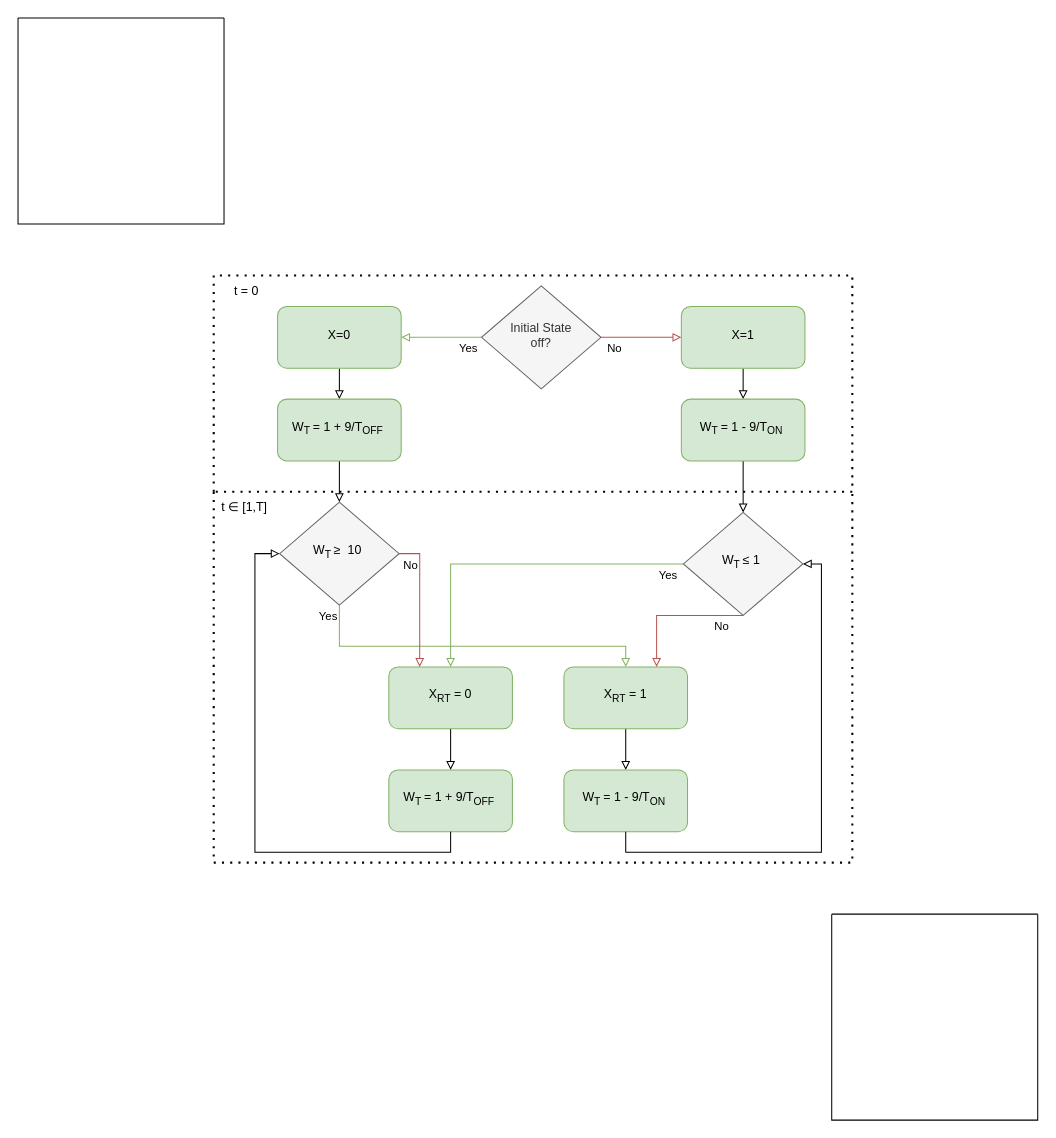
luistmartins/thesis_ik keeps this draw.io diagram as T_ON_T_OFF.drawio. Above is the earlier version. Source tidied: cells renumbered, new cells numbered last; positions are measured from the earlier drawing's top-left corner, leaving out a move shared by most shapes. Both pictures are drawn from the tidied source at 103%, with x=0, y=0 at pixel (18, 18).
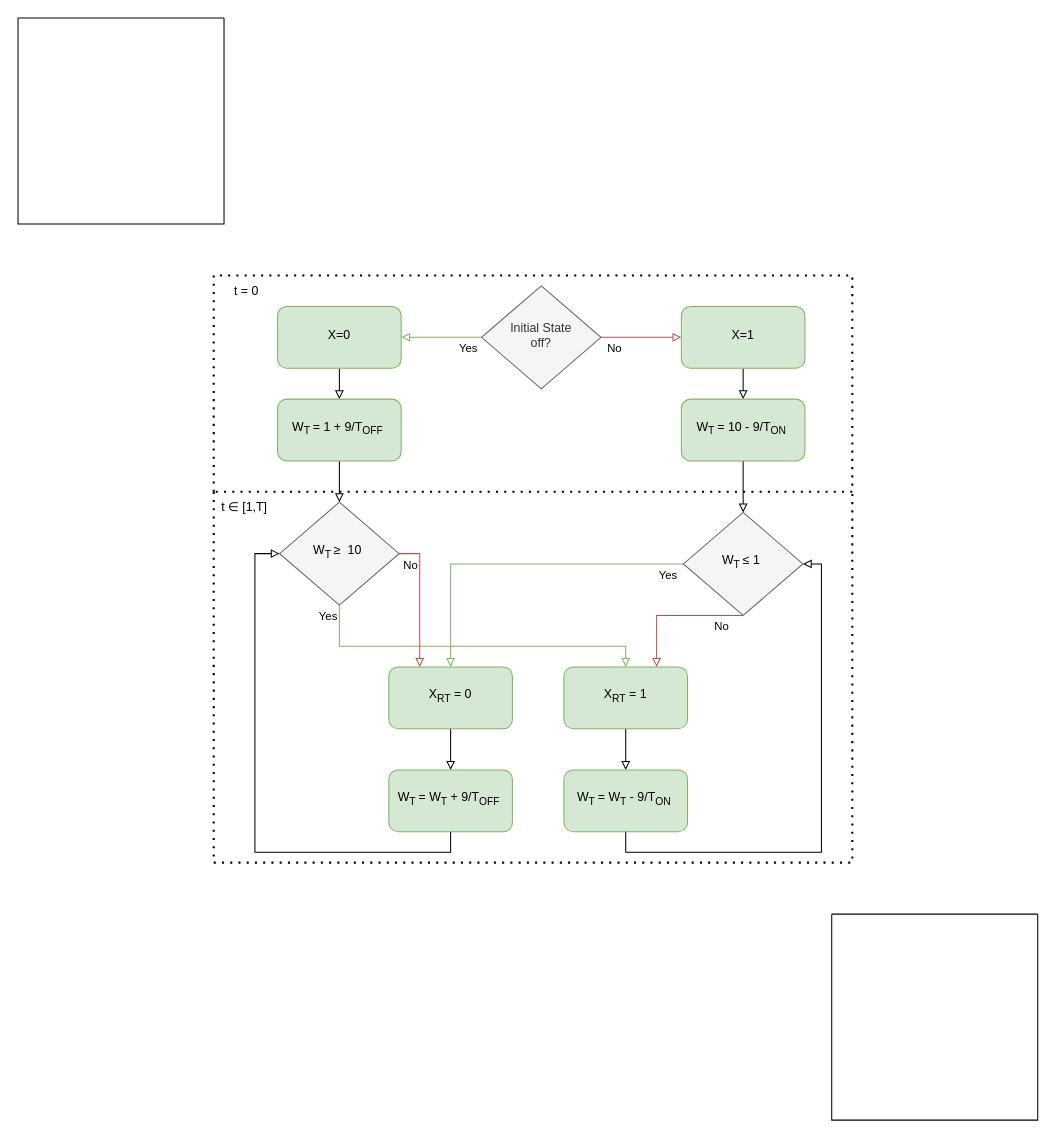
The same page after the edit.

The edit, as a diff of the source:
```diff
@@
-    <mxCell id="16" value="&lt;span style=&quot;forced-color-adjust: none; color: light-dark(rgb(0, 0, 0), rgb(255, 255, 255)); font-family: Helvetica; font-size: 12px; font-style: normal; font-variant-ligatures: normal; font-variant-caps: normal; font-weight: 400; letter-spacing: normal; orphans: 2; text-indent: 0px; text-transform: none; widows: 2; word-spacing: 0px; -webkit-text-stroke-width: 0px; white-space: normal; background-color: transparent; text-decoration-thickness: initial; text-decoration-style: initial; text-decoration-color: initial; text-align: left;&quot;&gt;W&lt;/span&gt;&lt;span style=&quot;forced-color-adjust: none; color: light-dark(rgb(0, 0, 0), rgb(255, 255, 255)); font-family: Helvetica; font-size: 12px; font-style: normal; font-variant-ligatures: normal; font-variant-caps: normal; font-weight: 400; letter-spacing: normal; orphans: 2; text-indent: 0px; text-transform: none; widows: 2; word-spacing: 0px; -webkit-text-stroke-width: 0px; white-space: normal; background-color: transparent; text-decoration-thickness: initial; text-decoration-style: initial; text-decoration-color: initial; text-align: left;&quot;&gt;&lt;sub style=&quot;forced-color-adjust: none;&quot;&gt;T&lt;/sub&gt;&lt;span style=&quot;forced-color-adjust: none; font-size: 12px;&quot;&gt;&lt;sub style=&quot;forced-color-adjust: none;&quot;&gt;&amp;nbsp;&lt;/sub&gt;= 1 - 9/T&lt;sub style=&quot;forced-color-adjust: none;&quot;&gt;ON&lt;/sub&gt;&lt;/span&gt;&lt;/span&gt;&lt;sub style=&quot;forced-color-adjust: none; color: light-dark(rgb(0, 0, 0), rgb(255, 255, 255)); font-family: Helvetica; font-style: normal; font-variant-ligatures: normal; font-variant-caps: normal; font-weight: 400; letter-spacing: normal; orphans: 2; text-indent: 0px; text-transform: none; widows: 2; word-spacing: 0px; -webkit-text-stroke-width: 0px; white-space: normal; background-color: transparent; text-decoration-thickness: initial; text-decoration-style: initial; text-decoration-color: initial; text-align: left;&quot;&gt;&amp;nbsp;&lt;/sub&gt;" style="whiteSpace=wrap;html=1;fillColor=#d5e8d4;strokeColor=#82b366;rounded=1;shadow=0;strokeWidth=1;spacing=6;spacingTop=-4;" parent="1" vertex="1">
+    <mxCell id="16" value="&lt;span style=&quot;forced-color-adjust: none; color: light-dark(rgb(0, 0, 0), rgb(255, 255, 255)); font-family: Helvetica; font-size: 12px; font-style: normal; font-variant-ligatures: normal; font-variant-caps: normal; font-weight: 400; letter-spacing: normal; orphans: 2; text-indent: 0px; text-transform: none; widows: 2; word-spacing: 0px; -webkit-text-stroke-width: 0px; white-space: normal; background-color: transparent; text-decoration-thickness: initial; text-decoration-style: initial; text-decoration-color: initial; text-align: left;&quot;&gt;W&lt;/span&gt;&lt;span style=&quot;forced-color-adjust: none; color: light-dark(rgb(0, 0, 0), rgb(255, 255, 255)); font-family: Helvetica; font-size: 12px; font-style: normal; font-variant-ligatures: normal; font-variant-caps: normal; font-weight: 400; letter-spacing: normal; orphans: 2; text-indent: 0px; text-transform: none; widows: 2; word-spacing: 0px; -webkit-text-stroke-width: 0px; white-space: normal; background-color: transparent; text-decoration-thickness: initial; text-decoration-style: initial; text-decoration-color: initial; text-align: left;&quot;&gt;&lt;sub style=&quot;forced-color-adjust: none;&quot;&gt;T&lt;/sub&gt;&lt;span style=&quot;forced-color-adjust: none; font-size: 12px;&quot;&gt;&lt;sub style=&quot;forced-color-adjust: none;&quot;&gt;&amp;nbsp;&lt;/sub&gt;= 10 - 9/T&lt;sub style=&quot;forced-color-adjust: none;&quot;&gt;ON&lt;/sub&gt;&lt;/span&gt;&lt;/span&gt;&lt;sub style=&quot;forced-color-adjust: none; color: light-dark(rgb(0, 0, 0), rgb(255, 255, 255)); font-family: Helvetica; font-style: normal; font-variant-ligatures: normal; font-variant-caps: normal; font-weight: 400; letter-spacing: normal; orphans: 2; text-indent: 0px; text-transform: none; widows: 2; word-spacing: 0px; -webkit-text-stroke-width: 0px; white-space: normal; background-color: transparent; text-decoration-thickness: initial; text-decoration-style: initial; text-decoration-color: initial; text-align: left;&quot;&gt;&amp;nbsp;&lt;/sub&gt;" style="whiteSpace=wrap;html=1;fillColor=#d5e8d4;strokeColor=#82b366;rounded=1;shadow=0;strokeWidth=1;spacing=6;spacingTop=-4;" parent="1" vertex="1">
       <mxGeometry x="644" y="370" width="120" height="60" as="geometry" />
     </mxCell>
@@
-    <mxCell id="31" value="&lt;span style=&quot;forced-color-adjust: none; color: light-dark(rgb(0, 0, 0), rgb(255, 255, 255)); font-family: Helvetica; font-size: 12px; font-style: normal; font-variant-ligatures: normal; font-variant-caps: normal; font-weight: 400; letter-spacing: normal; orphans: 2; text-indent: 0px; text-transform: none; widows: 2; word-spacing: 0px; -webkit-text-stroke-width: 0px; white-space: normal; background-color: transparent; text-decoration-thickness: initial; text-decoration-style: initial; text-decoration-color: initial; text-align: left;&quot;&gt;W&lt;/span&gt;&lt;span style=&quot;forced-color-adjust: none; color: light-dark(rgb(0, 0, 0), rgb(255, 255, 255)); font-family: Helvetica; font-size: 12px; font-style: normal; font-variant-ligatures: normal; font-variant-caps: normal; font-weight: 400; letter-spacing: normal; orphans: 2; text-indent: 0px; text-transform: none; widows: 2; word-spacing: 0px; -webkit-text-stroke-width: 0px; white-space: normal; background-color: transparent; text-decoration-thickness: initial; text-decoration-style: initial; text-decoration-color: initial; text-align: left;&quot;&gt;&lt;sub style=&quot;forced-color-adjust: none;&quot;&gt;T&lt;/sub&gt;&lt;span style=&quot;forced-color-adjust: none; font-size: 12px;&quot;&gt;&lt;sub style=&quot;forced-color-adjust: none;&quot;&gt;&amp;nbsp;&lt;/sub&gt;= 1 - 9/T&lt;sub style=&quot;forced-color-adjust: none;&quot;&gt;ON&lt;/sub&gt;&lt;/span&gt;&lt;/span&gt;&lt;sub style=&quot;forced-color-adjust: none; color: light-dark(rgb(0, 0, 0), rgb(255, 255, 255)); font-family: Helvetica; font-style: normal; font-variant-ligatures: normal; font-variant-caps: normal; font-weight: 400; letter-spacing: normal; orphans: 2; text-indent: 0px; text-transform: none; widows: 2; word-spacing: 0px; -webkit-text-stroke-width: 0px; white-space: normal; background-color: transparent; text-decoration-thickness: initial; text-decoration-style: initial; text-decoration-color: initial; text-align: left;&quot;&gt;&amp;nbsp;&lt;/sub&gt;" style="whiteSpace=wrap;html=1;fillColor=#d5e8d4;strokeColor=#82b366;rounded=1;shadow=0;strokeWidth=1;spacing=6;spacingTop=-4;" parent="1" vertex="1">
+    <mxCell id="31" value="&lt;span style=&quot;forced-color-adjust: none; color: light-dark(rgb(0, 0, 0), rgb(255, 255, 255)); font-family: Helvetica; font-size: 12px; font-style: normal; font-variant-ligatures: normal; font-variant-caps: normal; font-weight: 400; letter-spacing: normal; orphans: 2; text-indent: 0px; text-transform: none; widows: 2; word-spacing: 0px; -webkit-text-stroke-width: 0px; white-space: normal; background-color: transparent; text-decoration-thickness: initial; text-decoration-style: initial; text-decoration-color: initial; text-align: left;&quot;&gt;W&lt;/span&gt;&lt;span style=&quot;forced-color-adjust: none; color: light-dark(rgb(0, 0, 0), rgb(255, 255, 255)); font-family: Helvetica; font-size: 12px; font-style: normal; font-variant-ligatures: normal; font-variant-caps: normal; font-weight: 400; letter-spacing: normal; orphans: 2; text-indent: 0px; text-transform: none; widows: 2; word-spacing: 0px; -webkit-text-stroke-width: 0px; white-space: normal; background-color: transparent; text-decoration-thickness: initial; text-decoration-style: initial; text-decoration-color: initial; text-align: left;&quot;&gt;&lt;sub style=&quot;forced-color-adjust: none;&quot;&gt;T&lt;/sub&gt;&lt;span style=&quot;forced-color-adjust: none; font-size: 12px;&quot;&gt;&lt;sub style=&quot;forced-color-adjust: none;&quot;&gt;&amp;nbsp;&lt;/sub&gt;=&amp;nbsp;&lt;span style=&quot;color: light-dark(rgb(0, 0, 0), rgb(255, 255, 255)); background-color: transparent;&quot;&gt;W&lt;/span&gt;&lt;span style=&quot;color: light-dark(rgb(0, 0, 0), rgb(255, 255, 255)); background-color: transparent;&quot;&gt;&lt;sub&gt;T&lt;/sub&gt;&lt;/span&gt;&amp;nbsp;- 9/T&lt;sub style=&quot;forced-color-adjust: none;&quot;&gt;ON&lt;/sub&gt;&lt;/span&gt;&lt;/span&gt;&lt;sub style=&quot;forced-color-adjust: none; color: light-dark(rgb(0, 0, 0), rgb(255, 255, 255)); font-family: Helvetica; font-style: normal; font-variant-ligatures: normal; font-variant-caps: normal; font-weight: 400; letter-spacing: normal; orphans: 2; text-indent: 0px; text-transform: none; widows: 2; word-spacing: 0px; -webkit-text-stroke-width: 0px; white-space: normal; background-color: transparent; text-decoration-thickness: initial; text-decoration-style: initial; text-decoration-color: initial; text-align: left;&quot;&gt;&amp;nbsp;&lt;/sub&gt;" style="whiteSpace=wrap;html=1;fillColor=#d5e8d4;strokeColor=#82b366;rounded=1;shadow=0;strokeWidth=1;spacing=6;spacingTop=-4;" parent="1" vertex="1">
       <mxGeometry x="530" y="730" width="120" height="60" as="geometry" />
     </mxCell>
-    <mxCell id="32" value="&lt;span style=&quot;color: light-dark(rgb(0, 0, 0), rgb(255, 255, 255)); background-color: transparent; text-align: left;&quot;&gt;W&lt;/span&gt;&lt;span style=&quot;color: light-dark(rgb(0, 0, 0), rgb(255, 255, 255)); background-color: transparent; text-align: left;&quot;&gt;&lt;sub&gt;T&lt;/sub&gt;&lt;sub&gt;&amp;nbsp;&lt;/sub&gt;= 1 + 9/T&lt;sub&gt;OFF&lt;/sub&gt;&lt;/span&gt;&lt;sub style=&quot;color: light-dark(rgb(0, 0, 0), rgb(255, 255, 255)); background-color: transparent; text-align: left;&quot;&gt;&amp;nbsp;&lt;/sub&gt;" style="whiteSpace=wrap;html=1;fillColor=#d5e8d4;strokeColor=#82b366;rounded=1;shadow=0;strokeWidth=1;spacing=6;spacingTop=-4;" parent="1" vertex="1">
+    <mxCell id="32" value="&lt;span style=&quot;color: light-dark(rgb(0, 0, 0), rgb(255, 255, 255)); background-color: transparent; text-align: left;&quot;&gt;W&lt;/span&gt;&lt;span style=&quot;color: light-dark(rgb(0, 0, 0), rgb(255, 255, 255)); background-color: transparent; text-align: left;&quot;&gt;&lt;sub&gt;T&lt;/sub&gt;&lt;sub&gt;&amp;nbsp;&lt;/sub&gt;=&amp;nbsp;&lt;/span&gt;&lt;span style=&quot;color: light-dark(rgb(0, 0, 0), rgb(255, 255, 255)); background-color: transparent; text-align: left;&quot;&gt;W&lt;/span&gt;&lt;span style=&quot;color: light-dark(rgb(0, 0, 0), rgb(255, 255, 255)); background-color: transparent; text-align: left;&quot;&gt;&lt;sub&gt;T&lt;/sub&gt;&lt;/span&gt;&lt;span style=&quot;color: light-dark(rgb(0, 0, 0), rgb(255, 255, 255)); background-color: transparent; text-align: left;&quot;&gt;&amp;nbsp;+ 9/T&lt;sub&gt;OFF&lt;/sub&gt;&lt;/span&gt;&lt;sub style=&quot;color: light-dark(rgb(0, 0, 0), rgb(255, 255, 255)); background-color: transparent; text-align: left;&quot;&gt;&amp;nbsp;&lt;/sub&gt;" style="whiteSpace=wrap;html=1;fillColor=#d5e8d4;strokeColor=#82b366;rounded=1;shadow=0;strokeWidth=1;spacing=6;spacingTop=-4;" parent="1" vertex="1">
       <mxGeometry x="360" y="730" width="120" height="60" as="geometry" />
     </mxCell>
```
